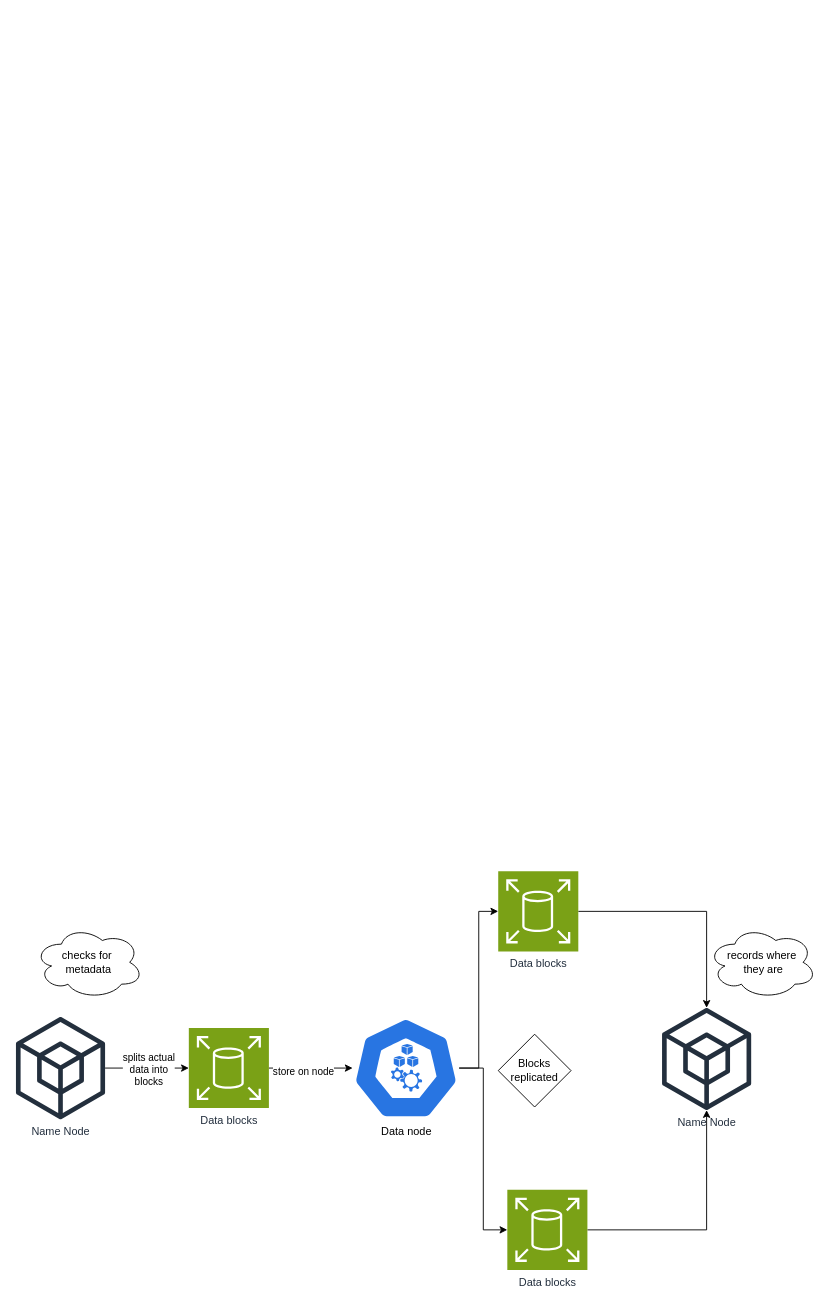
jkdon-sudo/ITC-work keeps this draw.io diagram as page "HDFS STORAGE" (2 of 6) of Hadoop diagrams.drawio. Above is the earlier version. Source tidied: cells renumbered, new cells numbered last; positions are measured from the earlier drawing's top-left corner, leaving out a move shared by most shapes. Both pictures are drawn from the tidied source at 91%, with x=0, y=0 at pixel (15, 871).
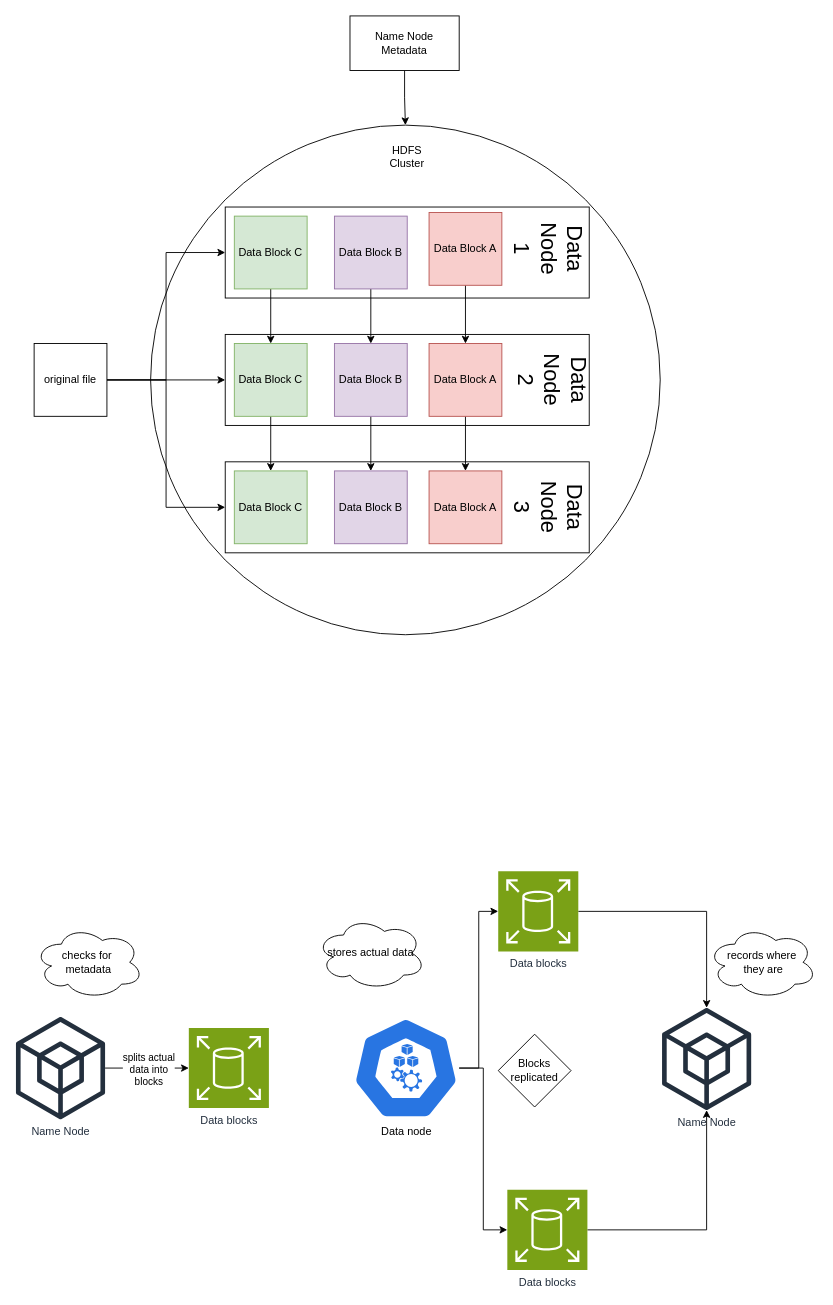
The same diagram, later.

The change refers to these unchanged cells:
```xml
<mxCell id="7" value="Data blocks" style="sketch=0;points=[[0,0,0],[0.25,0,0],[0.5,0,0],[0.75,0,0],[1,0,0],[0,1,0],[0.25,1,0],[0.5,1,0],[0.75,1,0],[1,1,0],[0,0.25,0],[0,0.5,0],[0,0.75,0],[1,0.25,0],[1,0.5,0],[1,0.75,0]];outlineConnect=0;fontColor=#232F3E;fillColor=#7AA116;strokeColor=#ffffff;dashed=0;verticalLabelPosition=bottom;verticalAlign=top;align=center;html=1;fontSize=12;fontStyle=0;shape=mxgraph.aws4.resourceIcon;resIcon=mxgraph.aws4.elastic_block_store;" parent="1" vertex="1">
  <mxGeometry x="190" y="172.2" width="88" height="88" as="geometry" />
</mxCell>
<mxCell id="8" value="Data node" style="sketch=0;html=1;dashed=0;whitespace=wrap;verticalLabelPosition=bottom;verticalAlign=top;fillColor=#2875E2;strokeColor=#ffffff;points=[[0.005,0.63,0],[0.1,0.2,0],[0.9,0.2,0],[0.5,0,0],[0.995,0.63,0],[0.72,0.99,0],[0.5,1,0],[0.28,0.99,0]];shape=mxgraph.kubernetes.icon2;prIcon=node;" parent="1" vertex="1">
  <mxGeometry x="370" y="160" width="117.1" height="112.4" as="geometry" />
</mxCell>
```

The edit, as a diff of the source:
```diff
@@
+    <mxCell id="19" style="ellipse;whiteSpace=wrap;html=1;shapeInside=1;fillColor=none;gradientColor=default;" parent="1" vertex="1">
+      <mxGeometry x="148" y="-820" width="560" height="560" as="geometry" />
+    </mxCell>
+    <mxCell id="20" style="rounded=0;whiteSpace=wrap;html=1;fillColor=none;" parent="1" vertex="1">
+      <mxGeometry x="230" y="-450" width="400" height="100" as="geometry" />
+    </mxCell>
+    <mxCell id="21" style="rounded=0;whiteSpace=wrap;html=1;fillColor=none;align=right;" parent="1" vertex="1">
+      <mxGeometry x="230" y="-730" width="400" height="100" as="geometry" />
+    </mxCell>
+    <mxCell id="22" style="rounded=0;whiteSpace=wrap;html=1;fillColor=none;" parent="1" vertex="1">
+      <mxGeometry x="230" y="-590" width="400" height="100" as="geometry" />
+    </mxCell>
@@
-    <mxCell id="5" style="edgeStyle=orthogonalEdgeStyle;rounded=0;jettySize=auto;html=1;" parent="1" edge="1" source="7" target="8">
-      <mxGeometry relative="1" as="geometry" />
-    </mxCell>
-    <mxCell id="6" value="store on node" style="edgeLabel;html=1;align=center;verticalAlign=middle;" parent="5" vertex="1">
-      <mxGeometry x="-0.19" y="-3" relative="1" as="geometry" />
-    </mxCell>
@@
+    <mxCell id="23" value="stores actual data" style="ellipse;shape=cloud;whiteSpace=wrap;html=1;" parent="1" vertex="1">
+      <mxGeometry x="330" y="50" width="120" height="80" as="geometry" />
+    </mxCell>
+    <mxCell id="24" style="edgeStyle=orthogonalEdgeStyle;rounded=0;jettySize=auto;html=1;entryX=0;entryY=0.5;entryDx=0;entryDy=0;" parent="1" edge="1" source="27" target="21">
+      <mxGeometry relative="1" as="geometry" />
+    </mxCell>
+    <mxCell id="25" style="edgeStyle=orthogonalEdgeStyle;rounded=0;jettySize=auto;html=1;entryX=0;entryY=0.5;entryDx=0;entryDy=0;" parent="1" edge="1" source="27" target="22">
+      <mxGeometry relative="1" as="geometry" />
+    </mxCell>
+    <mxCell id="26" style="edgeStyle=orthogonalEdgeStyle;rounded=0;jettySize=auto;html=1;entryX=0;entryY=0.5;entryDx=0;entryDy=0;" parent="1" edge="1" source="27" target="20">
+      <mxGeometry relative="1" as="geometry" />
+    </mxCell>
+    <mxCell id="27" value="original file" style="whiteSpace=wrap;html=1;" parent="1" vertex="1">
+      <mxGeometry x="20" y="-580" width="80" height="80" as="geometry" />
+    </mxCell>
+    <mxCell id="28" style="edgeStyle=orthogonalEdgeStyle;rounded=0;jettySize=auto;html=1;" parent="1" edge="1" source="29" target="35">
+      <mxGeometry relative="1" as="geometry" />
+    </mxCell>
+    <mxCell id="29" value="Data Block C" style="whiteSpace=wrap;html=1;fillColor=#d5e8d4;strokeColor=#82b366;" parent="1" vertex="1">
+      <mxGeometry x="240" y="-720" width="80" height="80" as="geometry" />
+    </mxCell>
+    <mxCell id="30" style="edgeStyle=orthogonalEdgeStyle;rounded=0;jettySize=auto;html=1;" parent="1" edge="1" source="31" target="37">
+      <mxGeometry relative="1" as="geometry" />
+    </mxCell>
+    <mxCell id="31" value="Data Block B" style="whiteSpace=wrap;html=1;fillColor=#e1d5e7;strokeColor=#9673a6;" parent="1" vertex="1">
+      <mxGeometry x="350" y="-720" width="80" height="80" as="geometry" />
+    </mxCell>
+    <mxCell id="32" style="edgeStyle=orthogonalEdgeStyle;rounded=0;jettySize=auto;html=1;" parent="1" edge="1" source="33" target="39">
+      <mxGeometry relative="1" as="geometry" />
+    </mxCell>
+    <mxCell id="33" value="Data Block A" style="whiteSpace=wrap;html=1;fillColor=#f8cecc;strokeColor=#b85450;" parent="1" vertex="1">
+      <mxGeometry x="454" y="-724" width="80" height="80" as="geometry" />
+    </mxCell>
+    <mxCell id="34" style="edgeStyle=orthogonalEdgeStyle;rounded=0;jettySize=auto;html=1;" parent="1" edge="1" source="35" target="40">
+      <mxGeometry relative="1" as="geometry" />
+    </mxCell>
+    <mxCell id="35" value="Data Block C" style="whiteSpace=wrap;html=1;fillColor=#d5e8d4;strokeColor=#82b366;" parent="1" vertex="1">
+      <mxGeometry x="240" y="-580" width="80" height="80" as="geometry" />
+    </mxCell>
+    <mxCell id="36" style="edgeStyle=orthogonalEdgeStyle;rounded=0;jettySize=auto;html=1;" parent="1" edge="1" source="37" target="41">
+      <mxGeometry relative="1" as="geometry" />
+    </mxCell>
+    <mxCell id="37" value="Data Block B" style="whiteSpace=wrap;html=1;fillColor=#e1d5e7;strokeColor=#9673a6;" parent="1" vertex="1">
+      <mxGeometry x="350" y="-580" width="80" height="80" as="geometry" />
+    </mxCell>
+    <mxCell id="38" style="edgeStyle=orthogonalEdgeStyle;rounded=0;jettySize=auto;html=1;" parent="1" edge="1" source="39" target="42">
+      <mxGeometry relative="1" as="geometry" />
+    </mxCell>
+    <mxCell id="39" value="Data Block A" style="whiteSpace=wrap;html=1;fillColor=#f8cecc;strokeColor=#b85450;" parent="1" vertex="1">
+      <mxGeometry x="454" y="-580" width="80" height="80" as="geometry" />
+    </mxCell>
+    <mxCell id="40" value="Data Block C" style="whiteSpace=wrap;html=1;fillColor=#d5e8d4;strokeColor=#82b366;" parent="1" vertex="1">
+      <mxGeometry x="240" y="-440" width="80" height="80" as="geometry" />
+    </mxCell>
+    <mxCell id="41" value="Data Block B" style="whiteSpace=wrap;html=1;fillColor=#e1d5e7;strokeColor=#9673a6;" parent="1" vertex="1">
+      <mxGeometry x="350" y="-440" width="80" height="80" as="geometry" />
+    </mxCell>
+    <mxCell id="42" value="Data Block A" style="whiteSpace=wrap;html=1;fillColor=#f8cecc;strokeColor=#b85450;" parent="1" vertex="1">
+      <mxGeometry x="454" y="-440" width="80" height="80" as="geometry" />
+    </mxCell>
+    <mxCell id="43" value="HDFS Cluster" style="text;html=1;whiteSpace=wrap;strokeColor=none;fillColor=none;align=center;verticalAlign=middle;rounded=0;" parent="1" vertex="1">
+      <mxGeometry x="400" y="-800" width="60" height="30" as="geometry" />
+    </mxCell>
+    <mxCell id="44" value="&lt;font style=&quot;font-size: 24px;&quot;&gt;Data&lt;/font&gt;&lt;div&gt;&lt;font style=&quot;font-size: 24px;&quot;&gt;Node&lt;/font&gt;&lt;/div&gt;&lt;div&gt;&lt;font style=&quot;font-size: 24px;&quot;&gt;1&lt;/font&gt;&lt;/div&gt;" style="text;html=1;whiteSpace=wrap;strokeColor=none;fillColor=none;align=center;verticalAlign=middle;rounded=0;rotation=90;" parent="1" vertex="1">
+      <mxGeometry x="555" y="-699" width="60" height="30" as="geometry" />
+    </mxCell>
+    <mxCell id="45" value="&lt;font style=&quot;font-size: 24px;&quot;&gt;Data&lt;/font&gt;&lt;div&gt;&lt;font style=&quot;font-size: 24px;&quot;&gt;Node&lt;/font&gt;&lt;/div&gt;&lt;div&gt;&lt;span style=&quot;font-size: 24px;&quot;&gt;2&lt;/span&gt;&lt;/div&gt;&lt;div&gt;&lt;span style=&quot;font-size: 24px;&quot;&gt;&lt;br&gt;&lt;/span&gt;&lt;/div&gt;" style="text;html=1;whiteSpace=wrap;strokeColor=none;fillColor=none;align=center;verticalAlign=middle;rounded=0;rotation=90;" parent="1" vertex="1">
+      <mxGeometry x="545" y="-555" width="60" height="30" as="geometry" />
+    </mxCell>
+    <mxCell id="46" value="&lt;font style=&quot;font-size: 24px;&quot;&gt;Data&lt;/font&gt;&lt;div&gt;&lt;font style=&quot;font-size: 24px;&quot;&gt;Node&lt;/font&gt;&lt;/div&gt;&lt;div&gt;&lt;span style=&quot;font-size: 24px;&quot;&gt;3&lt;/span&gt;&lt;/div&gt;" style="text;html=1;whiteSpace=wrap;strokeColor=none;fillColor=none;align=center;verticalAlign=middle;rounded=0;rotation=90;" parent="1" vertex="1">
+      <mxGeometry x="555" y="-415" width="60" height="30" as="geometry" />
+    </mxCell>
+    <mxCell id="47" style="edgeStyle=orthogonalEdgeStyle;rounded=0;jettySize=auto;html=1;entryX=0.5;entryY=0;entryDx=0;entryDy=0;" parent="1" edge="1" source="48" target="19">
+      <mxGeometry relative="1" as="geometry" />
+    </mxCell>
+    <mxCell id="48" value="Name Node&lt;div&gt;Metadata&lt;/div&gt;" style="rounded=0;whiteSpace=wrap;html=1;" parent="1" vertex="1">
+      <mxGeometry x="367.1" y="-940" width="120" height="60" as="geometry" />
+    </mxCell>
```
